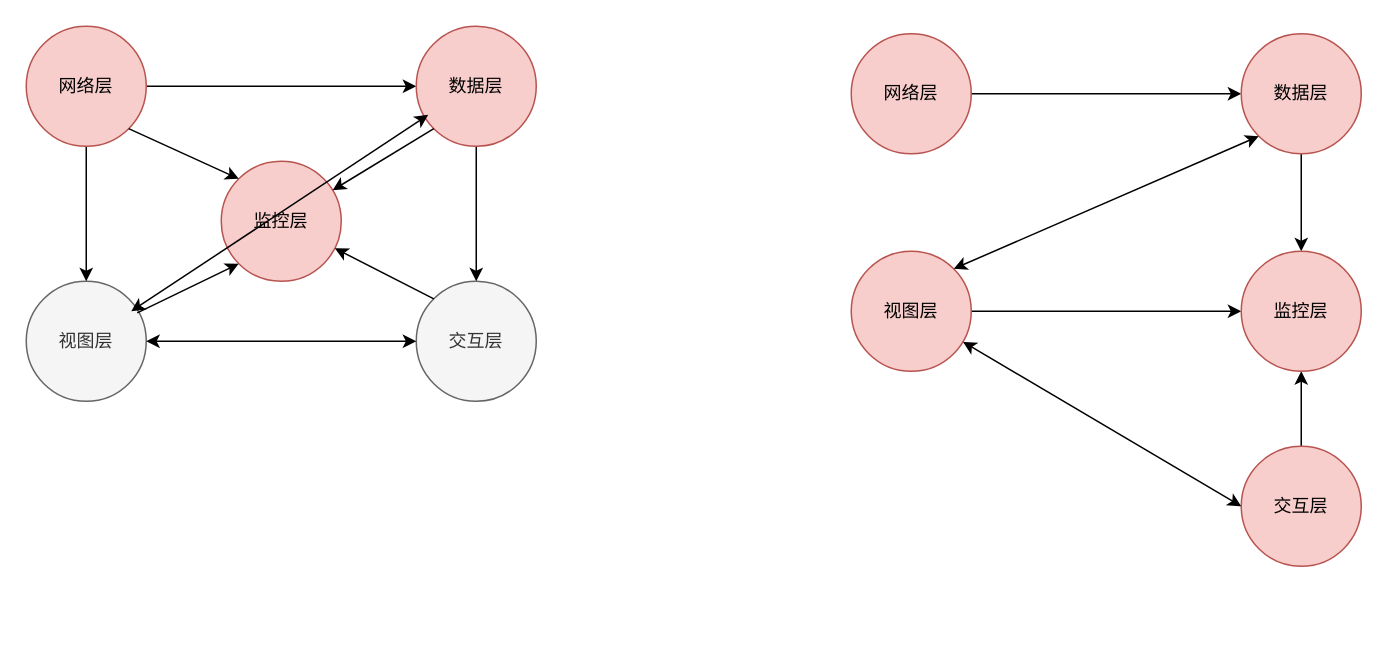
Earlier version of the draw.io diagram moji/商业化架构层拆分.drawio (HengqianSong/drawIO). Source tidied: cells renumbered, new cells numbered last; positions are measured from the earlier drawing's top-left corner, leaving out a move shared by most shapes. Both pictures are drawn from the tidied source at 150%, with x=0, y=0 at pixel (26, 26).
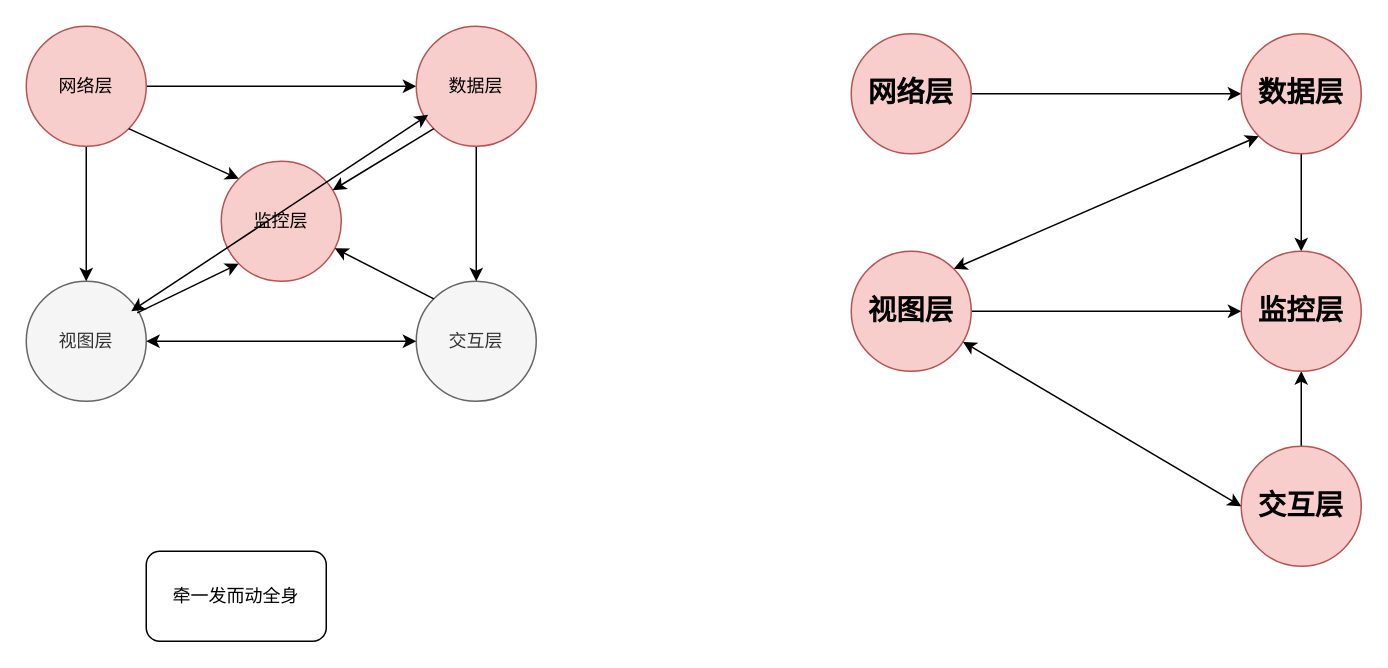
The same page after the edit.

Commit message:
更新商业化架构层拆分.drawio

What changed in the source:
```diff
@@
-    <mxCell id="16" style="edgeStyle=orthogonalEdgeStyle;rounded=0;jettySize=auto;html=1;" parent="1" edge="1" source="17" target="24">
+    <mxCell id="16" style="edgeStyle=orthogonalEdgeStyle;rounded=0;jettySize=auto;html=1;fontSize=19;fontStyle=1;" parent="1" edge="1" source="17" target="24">
       <mxGeometry relative="1" as="geometry" />
     </mxCell>
-    <mxCell id="17" value="视图层" style="ellipse;whiteSpace=wrap;html=1;fillColor=#f8cecc;strokeColor=#b85450;" parent="1" vertex="1">
+    <mxCell id="17" value="视图层" style="ellipse;whiteSpace=wrap;html=1;fillColor=#f8cecc;strokeColor=#b85450;fontSize=19;fontStyle=1;" parent="1" vertex="1">
       <mxGeometry x="550" y="150" width="80" height="80" as="geometry" />
     </mxCell>
-    <mxCell id="18" style="edgeStyle=orthogonalEdgeStyle;rounded=0;jettySize=auto;html=1;" parent="1" edge="1" source="19" target="24">
+    <mxCell id="18" style="edgeStyle=orthogonalEdgeStyle;rounded=0;jettySize=auto;html=1;fontSize=19;fontStyle=1;" parent="1" edge="1" source="19" target="24">
       <mxGeometry relative="1" as="geometry" />
     </mxCell>
-    <mxCell id="19" value="交互层" style="ellipse;whiteSpace=wrap;html=1;fillColor=#f8cecc;strokeColor=#b85450;" parent="1" vertex="1">
+    <mxCell id="19" value="交互层" style="ellipse;whiteSpace=wrap;html=1;fillColor=#f8cecc;strokeColor=#b85450;fontSize=19;fontStyle=1;" parent="1" vertex="1">
       <mxGeometry x="810" y="280" width="80" height="80" as="geometry" />
     </mxCell>
-    <mxCell id="20" style="edgeStyle=orthogonalEdgeStyle;rounded=0;jettySize=auto;html=1;" parent="1" edge="1" source="21" target="23">
+    <mxCell id="20" style="edgeStyle=orthogonalEdgeStyle;rounded=0;jettySize=auto;html=1;fontSize=19;fontStyle=1;" parent="1" edge="1" source="21" target="23">
       <mxGeometry relative="1" as="geometry" />
     </mxCell>
-    <mxCell id="21" value="网络层" style="ellipse;whiteSpace=wrap;html=1;fillColor=#f8cecc;strokeColor=#b85450;" parent="1" vertex="1">
+    <mxCell id="21" value="网络层" style="ellipse;whiteSpace=wrap;html=1;fillColor=#f8cecc;strokeColor=#b85450;fontSize=19;fontStyle=1;" parent="1" vertex="1">
       <mxGeometry x="550" y="5" width="80" height="80" as="geometry" />
     </mxCell>
-    <mxCell id="22" style="edgeStyle=orthogonalEdgeStyle;rounded=0;jettySize=auto;html=1;entryX=0.5;entryY=0;entryDx=0;entryDy=0;" parent="1" edge="1" source="23" target="24">
+    <mxCell id="22" style="edgeStyle=orthogonalEdgeStyle;rounded=0;jettySize=auto;html=1;entryX=0.5;entryY=0;entryDx=0;entryDy=0;fontSize=19;fontStyle=1;" parent="1" edge="1" source="23" target="24">
       <mxGeometry relative="1" as="geometry" />
     </mxCell>
-    <mxCell id="23" value="数据层" style="ellipse;whiteSpace=wrap;html=1;fillColor=#f8cecc;strokeColor=#b85450;" parent="1" vertex="1">
+    <mxCell id="23" value="数据层" style="ellipse;whiteSpace=wrap;html=1;fillColor=#f8cecc;strokeColor=#b85450;fontSize=19;fontStyle=1;" parent="1" vertex="1">
       <mxGeometry x="810" y="5" width="80" height="80" as="geometry" />
     </mxCell>
-    <mxCell id="24" value="监控层" style="ellipse;whiteSpace=wrap;html=1;fillColor=#f8cecc;strokeColor=#b85450;" parent="1" vertex="1">
+    <mxCell id="24" value="监控层" style="ellipse;whiteSpace=wrap;html=1;fillColor=#f8cecc;strokeColor=#b85450;fontSize=19;fontStyle=1;" parent="1" vertex="1">
       <mxGeometry x="810" y="150" width="80" height="80" as="geometry" />
     </mxCell>
-    <mxCell id="25" style="endArrow=classic;startArrow=classic;html=1;rounded=0;entryX=0;entryY=0.5;entryDx=0;entryDy=0;" parent="1" edge="1" source="17" target="19">
+    <mxCell id="25" style="endArrow=classic;startArrow=classic;html=1;rounded=0;entryX=0;entryY=0.5;entryDx=0;entryDy=0;fontSize=19;fontStyle=1;" parent="1" edge="1" source="17" target="19">
       <mxGeometry relative="1" as="geometry" />
     </mxCell>
-    <mxCell id="26" style="endArrow=classic;startArrow=classic;html=1;rounded=0;exitX=1;exitY=0;exitDx=0;exitDy=0;entryX=0;entryY=1;entryDx=0;entryDy=0;" parent="1" edge="1" source="17" target="23">
+    <mxCell id="26" style="endArrow=classic;startArrow=classic;html=1;rounded=0;exitX=1;exitY=0;exitDx=0;exitDy=0;entryX=0;entryY=1;entryDx=0;entryDy=0;fontSize=19;fontStyle=1;" parent="1" edge="1" source="17" target="23">
       <mxGeometry relative="1" as="geometry" />
     </mxCell>
+    <mxCell id="27" value="牵一发而动全身" style="rounded=1;whiteSpace=wrap;html=1;" parent="1" vertex="1">
+      <mxGeometry x="80" y="350" width="120" height="60" as="geometry" />
+    </mxCell>
```
